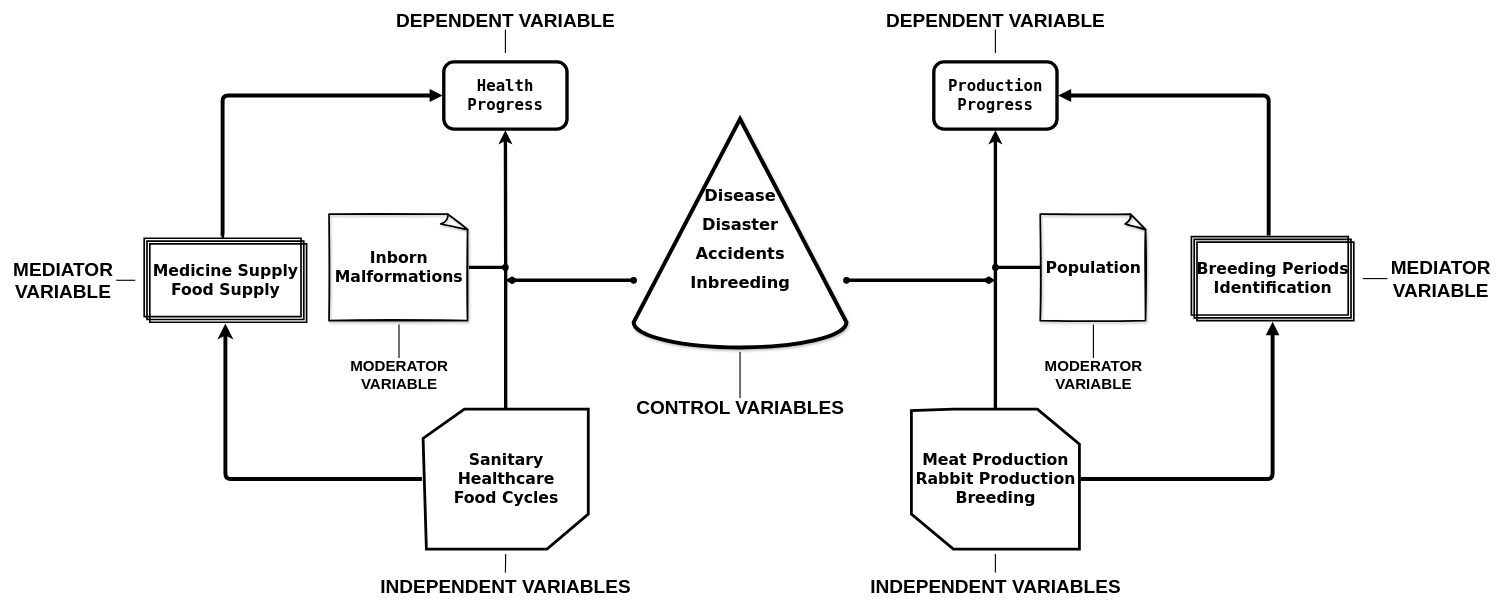
Above: Conceptual Framework.drawio in SejiMe/rpc-system (draw.io), before the change. Source tidied: cells renumbered, new cells numbered last; positions are measured from the earlier drawing's top-left corner, leaving out a move shared by most shapes. Both pictures are drawn from the tidied source at 56%, with x=0, y=0 at pixel (10, 12).
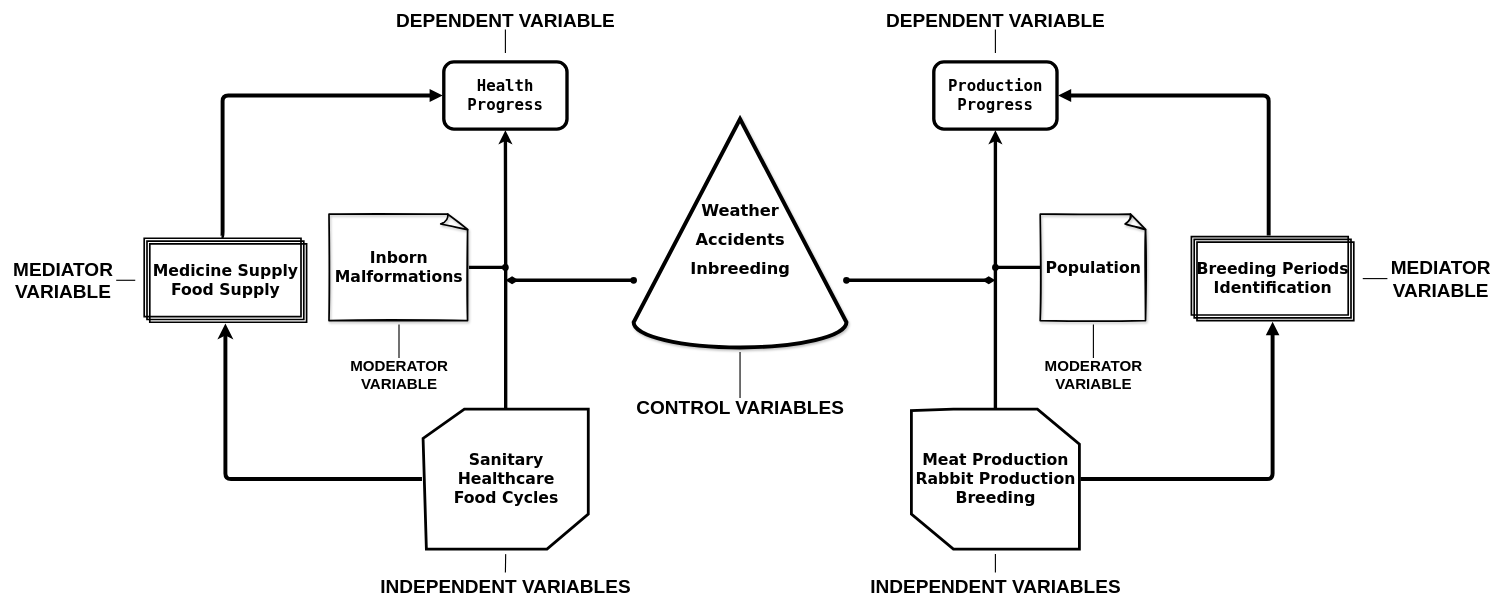
Above is the later version.

The edit, as a diff of the source:
```diff
@@
-    <mxCell id="6" value="&lt;p style=&quot;line-height: 0.8; font-size: 29px;&quot;&gt;&lt;span style=&quot;background-color: initial;&quot;&gt;Disease&lt;/span&gt;&lt;br&gt;&lt;/p&gt;&lt;p style=&quot;line-height: 0.8; font-size: 29px;&quot;&gt;Disaster&lt;/p&gt;&lt;p style=&quot;line-height: 0.8; font-size: 29px;&quot;&gt;Accidents&lt;/p&gt;&lt;p style=&quot;line-height: 0.8; font-size: 29px;&quot;&gt;Inbreeding&lt;/p&gt;" style="verticalLabelPosition=middle;verticalAlign=middle;html=1;shape=mxgraph.basic.cone2;dx=0.5;dy=0.89;shadow=1;labelBorderColor=none;fontFamily=Verdana;fontSize=29;strokeWidth=7;labelPosition=center;align=center;sketch=0;spacingTop=21;fontStyle=1;" parent="1" vertex="1">
+    <mxCell id="6" value="&lt;p style=&quot;line-height: 0.8; font-size: 29px;&quot;&gt;&lt;span style=&quot;background-color: initial;&quot;&gt;Weather&lt;/span&gt;&lt;br&gt;&lt;/p&gt;&lt;p style=&quot;line-height: 0.8; font-size: 29px;&quot;&gt;Accidents&lt;/p&gt;&lt;p style=&quot;line-height: 0.8; font-size: 29px;&quot;&gt;Inbreeding&lt;/p&gt;" style="verticalLabelPosition=middle;verticalAlign=middle;html=1;shape=mxgraph.basic.cone2;dx=0.5;dy=0.89;shadow=1;labelBorderColor=none;fontFamily=Verdana;fontSize=29;strokeWidth=7;labelPosition=center;align=center;sketch=0;spacingTop=21;fontStyle=1;" parent="1" vertex="1">
       <mxGeometry x="1114" y="190" width="380" height="408" as="geometry" />
     </mxCell>
```
